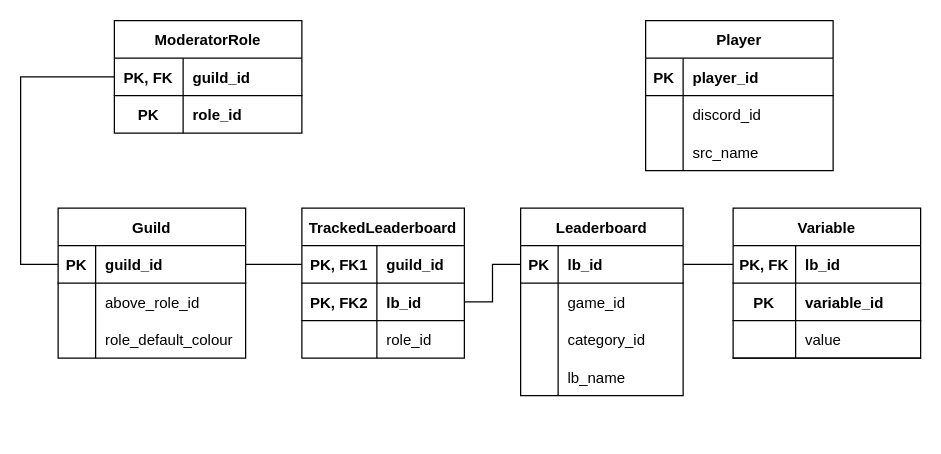
Earlier version of the draw.io diagram srcwrsbot.drawio (mitchell-merry/src-wrs-bot-v2). Source tidied: cells renumbered, new cells numbered last; positions are measured from the earlier drawing's top-left corner, leaving out a move shared by most shapes. Both pictures are drawn from the tidied source at 125%, with x=0, y=0 at pixel (20, 20).
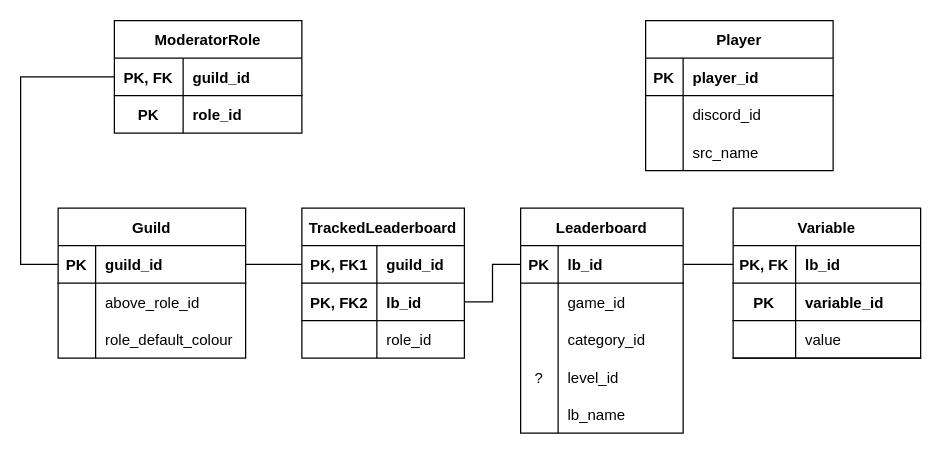
Above is the later version.

Commit message (it also covers changes not shown here):
Add level_id to Leaderboard model.

Diff of the diagram source:
```diff
@@
     <mxCell id="3" value="Leaderboard" style="shape=table;startSize=30;childLayout=tableLayout;rowLines=0;fontStyle=1;align=center;" parent="1" vertex="1">
-      <mxGeometry x="400" y="150" width="130" height="150" as="geometry" />
+      <mxGeometry x="400" y="150" width="130" height="180" as="geometry" />
     </mxCell>
@@
+    <mxCell id="66" style="shape=partialRectangle;fillColor=none;top=0;left=0;right=0;bottom=0;" parent="3" vertex="1">
+      <mxGeometry y="120" width="130" height="30" as="geometry" />
+    </mxCell>
+    <mxCell id="67" value="?" style="shape=partialRectangle;overflow=hidden;fillColor=none;top=0;left=0;bottom=0;right=0;" parent="66" vertex="1">
+      <mxGeometry width="30" height="30" as="geometry" />
+    </mxCell>
+    <mxCell id="68" value="level_id" style="shape=partialRectangle;overflow=hidden;fillColor=none;top=0;left=0;bottom=0;right=0;align=left;spacingLeft=6;" parent="66" vertex="1">
+      <mxGeometry x="30" width="100" height="30" as="geometry" />
+    </mxCell>
     <mxCell id="13" style="shape=partialRectangle;fillColor=none;top=0;left=0;right=0;bottom=0;" parent="3" vertex="1">
-      <mxGeometry y="120" width="130" height="30" as="geometry" />
+      <mxGeometry y="150" width="130" height="30" as="geometry" />
     </mxCell>
```
